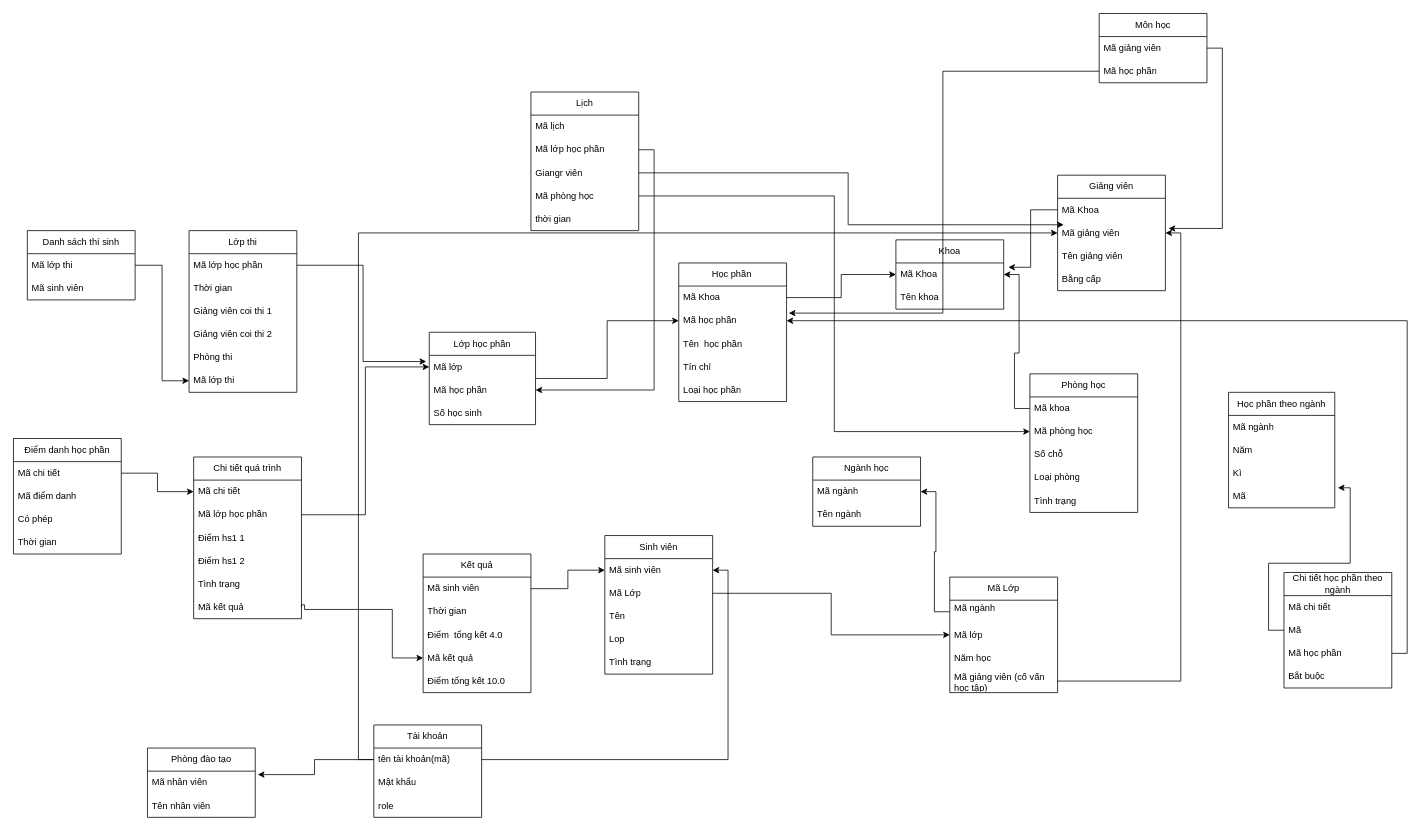
TranHuyHoang191103/Project-School keeps this draw.io diagram as Database.drawio. Above is the earlier version. Source tidied: cells renumbered, new cells numbered last; positions are measured from the earlier drawing's top-left corner, leaving out a move shared by most shapes. Both pictures are drawn from the tidied source at 77%, with x=0, y=0 at pixel (13, 13).
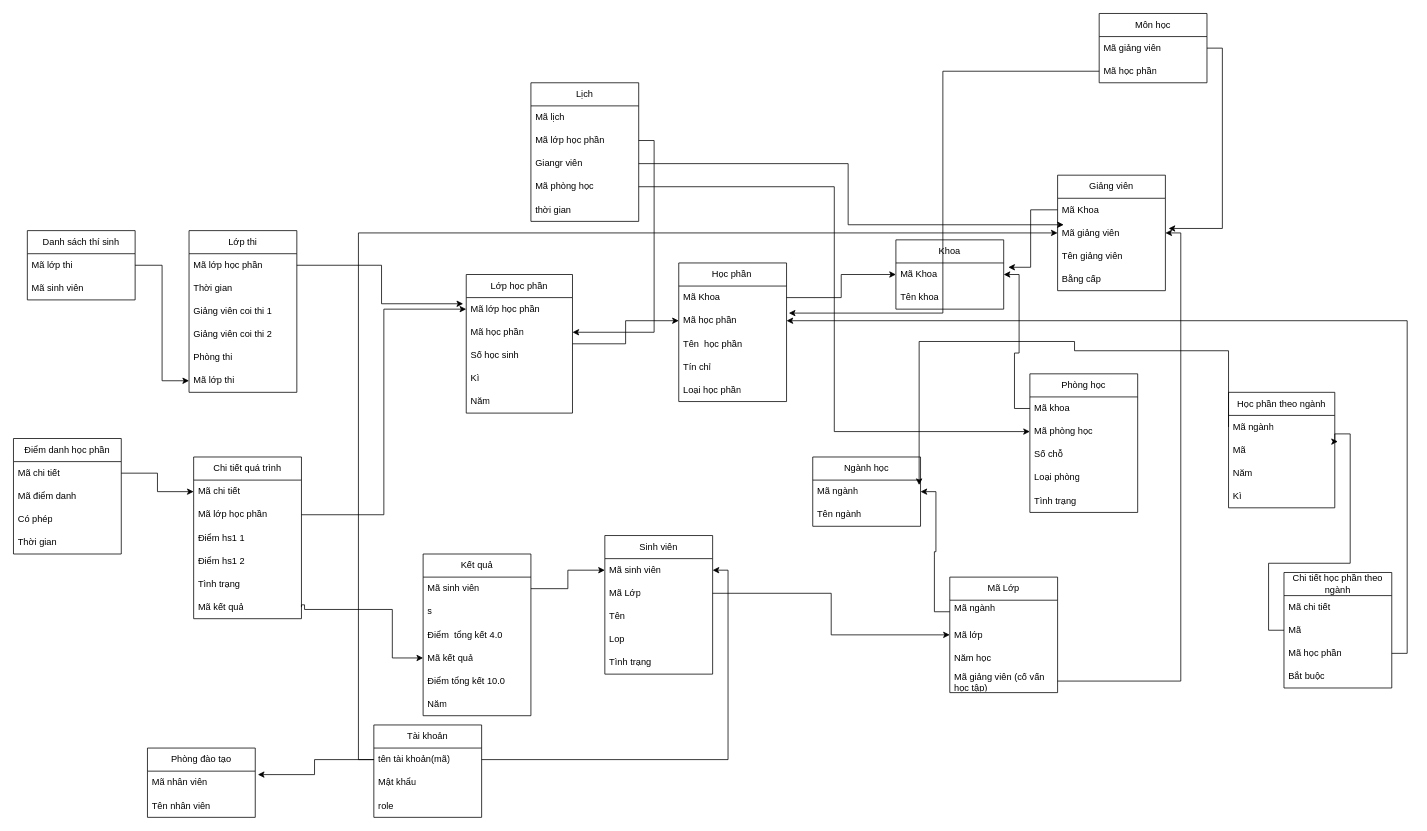
After the change.

Commit message:
upd databse

The change refers to these unchanged cells:
```xml
<mxCell id="17" value="Mã ngành" style="text;strokeColor=none;fillColor=none;align=left;verticalAlign=middle;spacingLeft=4;spacingRight=4;overflow=hidden;points=[[0,0.5],[1,0.5]];portConstraint=eastwest;whiteSpace=wrap;html=1;" parent="16" vertex="1">
  <mxGeometry y="30" width="140" height="30" as="geometry" />
</mxCell>
<mxCell id="71" value="Học phần theo ngành" style="swimlane;fontStyle=0;horizontal=1;startSize=30;whiteSpace=wrap;html=1;" parent="1" vertex="1">
  <mxGeometry x="1578" y="492" width="138" height="150" as="geometry" />
</mxCell>
<mxCell id="72" value="Mã ngành" style="text;strokeColor=none;fillColor=none;align=left;verticalAlign=middle;spacingLeft=4;spacingRight=4;overflow=hidden;points=[[0,0.5],[1,0.5]];portConstraint=eastwest;whiteSpace=wrap;html=1;" parent="71" vertex="1">
  <mxGeometry y="30" width="138" height="30" as="geometry" />
</mxCell>
<mxCell id="78" value="Mã" style="text;strokeColor=none;fillColor=none;align=left;verticalAlign=middle;spacingLeft=4;spacingRight=4;overflow=hidden;points=[[0,0.5],[1,0.5]];portConstraint=eastwest;whiteSpace=wrap;html=1;" parent="76" vertex="1">
  <mxGeometry y="60" width="140" height="30" as="geometry" />
</mxCell>
```

What changed in the source:
```diff
@@
     <mxCell id="32" value="Lớp học phần" style="swimlane;fontStyle=0;horizontal=1;startSize=30;whiteSpace=wrap;html=1;" parent="1" vertex="1">
-      <mxGeometry x="540" y="414" width="138" height="120" as="geometry" />
+      <mxGeometry x="588" y="339" width="138" height="180" as="geometry" />
     </mxCell>
-    <mxCell id="33" value="Mã lớp&amp;nbsp;&lt;span style=&quot;white-space: pre;&quot;&gt;&#9;&lt;/span&gt;" style="text;strokeColor=none;fillColor=none;align=left;verticalAlign=middle;spacingLeft=4;spacingRight=4;overflow=hidden;points=[[0,0.5],[1,0.5]];portConstraint=eastwest;whiteSpace=wrap;html=1;" parent="32" vertex="1">
+    <mxCell id="33" value="Mã lớp học phần" style="text;strokeColor=none;fillColor=none;align=left;verticalAlign=middle;spacingLeft=4;spacingRight=4;overflow=hidden;points=[[0,0.5],[1,0.5]];portConstraint=eastwest;whiteSpace=wrap;html=1;" parent="32" vertex="1">
       <mxGeometry y="30" width="138" height="30" as="geometry" />
     </mxCell>
@@
+    <mxCell id="117" value="Kì&amp;nbsp;" style="text;strokeColor=none;fillColor=none;align=left;verticalAlign=middle;spacingLeft=4;spacingRight=4;overflow=hidden;whiteSpace=wrap;html=1;" parent="32" vertex="1">
+      <mxGeometry y="120" width="138" height="30" as="geometry" />
+    </mxCell>
+    <mxCell id="118" value="Năm" style="text;strokeColor=none;fillColor=none;align=left;verticalAlign=middle;spacingLeft=4;spacingRight=4;overflow=hidden;whiteSpace=wrap;html=1;" parent="32" vertex="1">
+      <mxGeometry y="150" width="138" height="30" as="geometry" />
+    </mxCell>
     <mxCell id="36" value="Lịch" style="swimlane;fontStyle=0;horizontal=1;startSize=30;whiteSpace=wrap;html=1;" parent="1" vertex="1">
-      <mxGeometry x="672" y="102" width="140" height="180" as="geometry" />
+      <mxGeometry x="672" y="90" width="140" height="180" as="geometry" />
     </mxCell>
@@
     <mxCell id="55" value="Kết quả" style="swimlane;fontStyle=0;horizontal=1;startSize=30;whiteSpace=wrap;html=1;" parent="1" vertex="1">
-      <mxGeometry x="532" y="702" width="140" height="180" as="geometry" />
+      <mxGeometry x="532" y="702" width="140" height="210" as="geometry" />
     </mxCell>
@@
-    <mxCell id="57" value="Thời gian&amp;nbsp;&lt;span style=&quot;white-space: pre;&quot;&gt;&#9;&lt;/span&gt;" style="text;strokeColor=none;fillColor=none;align=left;verticalAlign=middle;spacingLeft=4;spacingRight=4;overflow=hidden;whiteSpace=wrap;html=1;" parent="55" vertex="1">
+    <mxCell id="57" value="s" style="text;strokeColor=none;fillColor=none;align=left;verticalAlign=middle;spacingLeft=4;spacingRight=4;overflow=hidden;whiteSpace=wrap;html=1;" parent="55" vertex="1">
       <mxGeometry y="60" width="140" height="30" as="geometry" />
     </mxCell>
@@
+    <mxCell id="119" value="Năm" style="text;strokeColor=none;fillColor=none;align=left;verticalAlign=middle;spacingLeft=4;spacingRight=4;overflow=hidden;whiteSpace=wrap;html=1;" parent="55" vertex="1">
+      <mxGeometry y="180" width="140" height="30" as="geometry" />
+    </mxCell>
@@
+    <mxCell id="75" value="Mã&amp;nbsp;" style="text;strokeColor=none;fillColor=none;align=left;verticalAlign=middle;spacingLeft=4;spacingRight=4;overflow=hidden;points=[[0,0.5],[1,0.5]];portConstraint=eastwest;whiteSpace=wrap;html=1;" parent="71" vertex="1">
+      <mxGeometry y="60" width="138" height="30" as="geometry" />
+    </mxCell>
     <mxCell id="73" value="Năm&amp;nbsp;" style="text;strokeColor=none;fillColor=none;align=left;verticalAlign=middle;spacingLeft=4;spacingRight=4;overflow=hidden;whiteSpace=wrap;html=1;" parent="71" vertex="1">
-      <mxGeometry y="60" width="138" height="30" as="geometry" />
+      <mxGeometry y="90" width="138" height="30" as="geometry" />
     </mxCell>
     <mxCell id="74" value="Kì" style="text;strokeColor=none;fillColor=none;align=left;verticalAlign=middle;spacingLeft=4;spacingRight=4;overflow=hidden;whiteSpace=wrap;html=1;" parent="71" vertex="1">
-      <mxGeometry y="90" width="138" height="30" as="geometry" />
+      <mxGeometry y="120" width="138" height="30" as="geometry" />
     </mxCell>
-    <mxCell id="75" value="Mã&amp;nbsp;" style="text;strokeColor=none;fillColor=none;align=left;verticalAlign=middle;spacingLeft=4;spacingRight=4;overflow=hidden;points=[[0,0.5],[1,0.5]];portConstraint=eastwest;whiteSpace=wrap;html=1;" parent="71" vertex="1">
-      <mxGeometry y="120" width="138" height="30" as="geometry" />
-    </mxCell>
@@
     <mxCell id="81" style="edgeStyle=orthogonalEdgeStyle;rounded=0;jettySize=auto;html=1;entryX=1.029;entryY=0.133;entryDx=0;entryDy=0;entryPerimeter=0;" parent="1" edge="1" source="78" target="75">
-      <mxGeometry relative="1" as="geometry" />
+      <mxGeometry relative="1" as="geometry">
+        <Array as="points">
+          <mxPoint x="1630" y="801" />
+          <mxPoint x="1630" y="714" />
+          <mxPoint x="1736" y="714" />
+          <mxPoint x="1736" y="546" />
+          <mxPoint x="1716" y="546" />
+          <mxPoint x="1716" y="556" />
+        </Array>
+      </mxGeometry>
     </mxCell>
@@
+    <mxCell id="120" style="edgeStyle=orthogonalEdgeStyle;rounded=0;jettySize=auto;html=1;exitX=0;exitY=0.5;exitDx=0;exitDy=0;entryX=0.987;entryY=0.214;entryDx=0;entryDy=0;entryPerimeter=0;" parent="1" edge="1" source="72" target="17">
+      <mxGeometry relative="1" as="geometry">
+        <Array as="points">
+          <mxPoint x="1578" y="438" />
+          <mxPoint x="1378" y="438" />
+          <mxPoint x="1378" y="426" />
+          <mxPoint x="1176" y="426" />
+        </Array>
+      </mxGeometry>
+    </mxCell>
```
